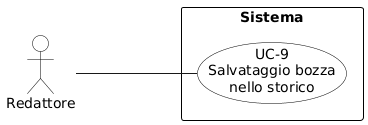
Before: RTB/Analisi dei Requisiti/diagrammi_use_case/UC-9.png, a diagram exported from PlantUML (aLittleByte-19/Documentazione).
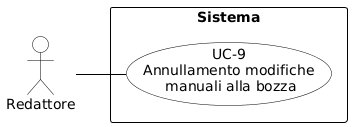
After the change.

Diff of the diagram source:
```diff
@@ -1,18 +1,29 @@
 @startuml
 skinparam shadowing false
-skinparam backgroundColor #FFFFFF
-skinparam usecaseBackgroundColor #FFFFFF
-skinparam usecaseBorderColor #000000
-skinparam actorBackgroundColor #FFFFFF
-skinparam actorBorderColor #000000
-skinparam rectangleBackgroundColor #FFFFFF
-skinparam rectangleBorderColor #000000
+skinparam defaultFontName Arial
 left to right direction
-skinparam packageStyle rectangle
+skinparam nodesep 15
+skinparam ranksep 50
 
-actor "Redattore" as R
-rectangle Sistema {
-  usecase "UC-9\nSalvataggio bozza\nnello storico" as UC9
+skinparam usecase {
+    BackgroundColor white
+    BorderColor black
+    ArrowColor black
 }
-R --- UC9
+skinparam actor {
+    BackgroundColor white
+    BorderColor black
+}
+skinparam rectangle {
+    BorderColor black
+    FontStyle bold
+}
+
+actor "Redattore" as redattore
+
+rectangle "Sistema" {
+    usecase "UC-9\nAnnullamento modifiche\n manuali alla bozza" as UC9
+}
+
+redattore -- UC9
 @enduml
```
